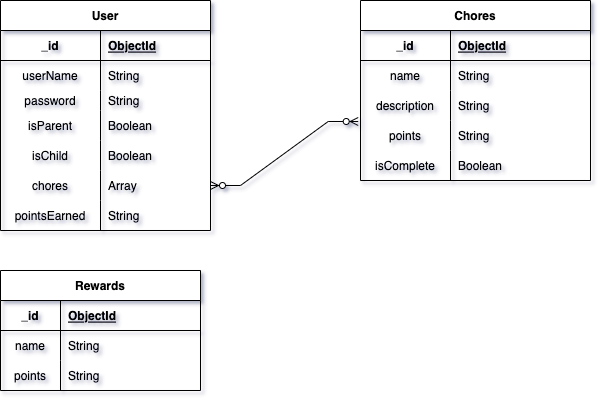
The draw.io diagram Chores.drawio.png in dwu621/Chores, before a commit. Source tidied: cells renumbered, new cells last; positions are measured from the earlier drawing's top-left corner, leaving out a move shared by most shapes.
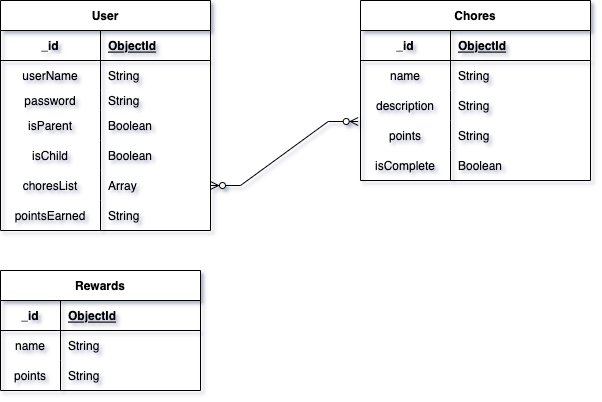
The same file after the commit.

The edit, as a diff of the source:
```diff
@@ -53,7 +53,7 @@
     <mxCell id="18" style="shape=tableRow;horizontal=0;startSize=0;swimlaneHead=0;swimlaneBody=0;fillColor=none;points=[[0,0.5],[1,0.5]];portConstraint=eastwest;top=0;left=0;right=0;bottom=0;" parent="2" vertex="1">
       <mxGeometry y="170" width="210" height="30" as="geometry" />
     </mxCell>
-    <mxCell id="19" value="chores" style="shape=partialRectangle;fillColor=none;top=0;left=0;bottom=0;right=0;overflow=hidden;" parent="18" vertex="1">
+    <mxCell id="19" value="choresList" style="shape=partialRectangle;fillColor=none;top=0;left=0;bottom=0;right=0;overflow=hidden;" parent="18" vertex="1">
       <mxGeometry width="100" height="30" as="geometry" />
     </mxCell>
     <mxCell id="20" value="Array" style="shape=partialRectangle;fillColor=none;top=0;left=0;bottom=0;right=0;align=left;spacingLeft=6;overflow=hidden;" parent="18" vertex="1">
```
